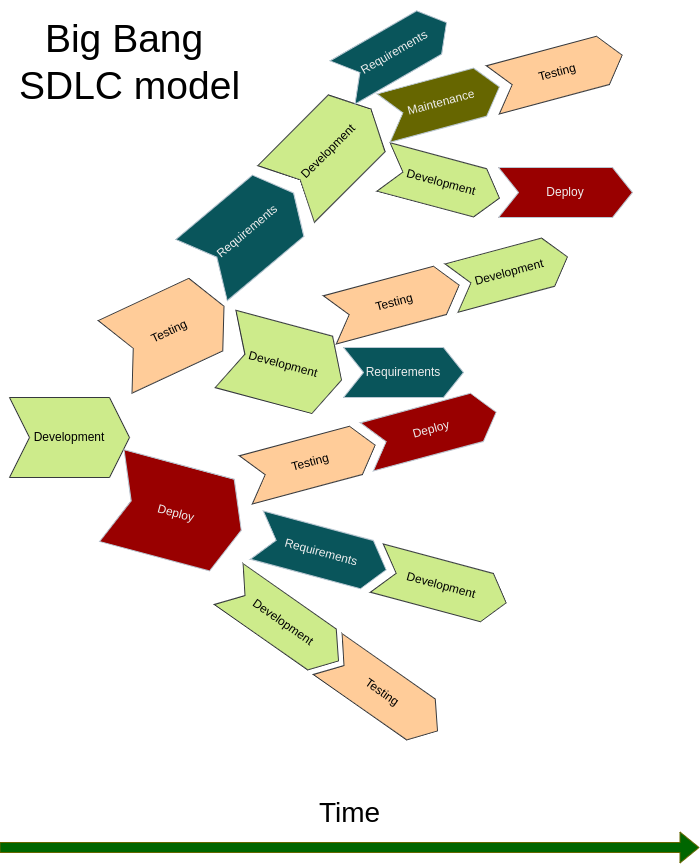
This is fig/34_requirements_BigBang.png from ShrRa/python-intermediate-development, a draw.io export, as it was before one commit. Source tidied: cells renumbered, new cells last; positions are measured from the earlier drawing's top-left corner, leaving out a move shared by most shapes. Its diagram source:
```xml
<mxGraphModel>
  <root>
    <mxCell id="0" />
    <mxCell id="1" parent="0" />
    <mxCell id="2" value="Development" style="shape=step;perimeter=stepPerimeter;whiteSpace=wrap;html=1;fixedSize=1;rounded=0;labelBackgroundColor=none;fillColor=#cdeb8b;strokeColor=#36393d;" parent="1" vertex="1">
      <mxGeometry x="10" y="390" width="120" height="80" as="geometry" />
    </mxCell>
    <mxCell id="3" value="Testing" style="shape=step;perimeter=stepPerimeter;whiteSpace=wrap;html=1;fixedSize=1;rotation=-25;rounded=0;labelBackgroundColor=none;fillColor=#ffcc99;strokeColor=#36393d;" parent="1" vertex="1">
      <mxGeometry x="110" y="284" width="120" height="80" as="geometry" />
    </mxCell>
    <mxCell id="4" value="Deploy" style="shape=step;perimeter=stepPerimeter;whiteSpace=wrap;html=1;fixedSize=1;rotation=15;rounded=0;labelBackgroundColor=none;fillColor=#990000;strokeColor=#BAC8D3;fontColor=#EEEEEE;" parent="1" vertex="1">
      <mxGeometry x="110" y="458" width="134" height="95" as="geometry" />
    </mxCell>
    <mxCell id="5" value="Requirements" style="shape=step;perimeter=stepPerimeter;whiteSpace=wrap;html=1;fixedSize=1;rotation=-40;rounded=0;labelBackgroundColor=none;fillColor=#09555B;strokeColor=#BAC8D3;fontColor=#EEEEEE;" parent="1" vertex="1">
      <mxGeometry x="188" y="184" width="120" height="80" as="geometry" />
    </mxCell>
    <mxCell id="6" value="Development" style="shape=step;perimeter=stepPerimeter;whiteSpace=wrap;html=1;fixedSize=1;rotation=-45;rounded=0;labelBackgroundColor=none;fillColor=#cdeb8b;strokeColor=#36393d;" parent="1" vertex="1">
      <mxGeometry x="269" y="104" width="120" height="80" as="geometry" />
    </mxCell>
    <mxCell id="7" value="Development" style="shape=step;perimeter=stepPerimeter;whiteSpace=wrap;html=1;fixedSize=1;rotation=15;rounded=0;labelBackgroundColor=none;fillColor=#cdeb8b;strokeColor=#36393d;" parent="1" vertex="1">
      <mxGeometry x="382" y="150" width="120" height="50" as="geometry" />
    </mxCell>
    <mxCell id="8" value="Testing" style="shape=step;perimeter=stepPerimeter;whiteSpace=wrap;html=1;fixedSize=1;rotation=-15;rounded=0;labelBackgroundColor=none;fillColor=#ffcc99;strokeColor=#36393d;" parent="1" vertex="1">
      <mxGeometry x="244" y="430" width="134" height="50" as="geometry" />
    </mxCell>
    <mxCell id="9" value="Requirements" style="shape=step;perimeter=stepPerimeter;whiteSpace=wrap;html=1;fixedSize=1;rotation=15;rounded=0;labelBackgroundColor=none;fillColor=#09555B;strokeColor=#BAC8D3;fontColor=#EEEEEE;" parent="1" vertex="1">
      <mxGeometry x="255" y="520" width="134" height="50" as="geometry" />
    </mxCell>
    <mxCell id="10" value="Development" style="shape=step;perimeter=stepPerimeter;whiteSpace=wrap;html=1;fixedSize=1;rotation=35;rounded=0;labelBackgroundColor=none;fillColor=#cdeb8b;strokeColor=#36393d;" parent="1" vertex="1">
      <mxGeometry x="217" y="590" width="134" height="50" as="geometry" />
    </mxCell>
    <mxCell id="11" value="Maintenance" style="shape=step;perimeter=stepPerimeter;whiteSpace=wrap;html=1;fixedSize=1;rotation=-15;rounded=0;labelBackgroundColor=none;fillColor=#666600;strokeColor=#BAC8D3;fontColor=#EEEEEE;" parent="1" vertex="1">
      <mxGeometry x="382" y="70" width="120" height="50" as="geometry" />
    </mxCell>
    <mxCell id="12" value="Requirements" style="shape=step;perimeter=stepPerimeter;whiteSpace=wrap;html=1;fixedSize=1;rotation=-30;rounded=0;labelBackgroundColor=none;fillColor=#09555B;strokeColor=#BAC8D3;fontColor=#EEEEEE;" parent="1" vertex="1">
      <mxGeometry x="335" y="20" width="120" height="50" as="geometry" />
    </mxCell>
    <mxCell id="13" value="Deploy" style="shape=step;perimeter=stepPerimeter;whiteSpace=wrap;html=1;fixedSize=1;rotation=-15;rounded=0;labelBackgroundColor=none;fillColor=#990000;strokeColor=#BAC8D3;fontColor=#EEEEEE;" parent="1" vertex="1">
      <mxGeometry x="365" y="397" width="134" height="50" as="geometry" />
    </mxCell>
    <mxCell id="14" value="Development" style="shape=step;perimeter=stepPerimeter;whiteSpace=wrap;html=1;fixedSize=1;rotation=15;rounded=0;labelBackgroundColor=none;fillColor=#cdeb8b;strokeColor=#36393d;" parent="1" vertex="1">
      <mxGeometry x="375" y="553" width="134" height="50" as="geometry" />
    </mxCell>
    <mxCell id="15" value="Testing" style="shape=step;perimeter=stepPerimeter;whiteSpace=wrap;html=1;fixedSize=1;rotation=35;rounded=0;labelBackgroundColor=none;fillColor=#ffcc99;strokeColor=#36393d;" parent="1" vertex="1">
      <mxGeometry x="316" y="660" width="134" height="50" as="geometry" />
    </mxCell>
    <mxCell id="16" value="Development" style="shape=step;perimeter=stepPerimeter;whiteSpace=wrap;html=1;fixedSize=1;rotation=15;rounded=0;labelBackgroundColor=none;fillColor=#cdeb8b;strokeColor=#36393d;" parent="1" vertex="1">
      <mxGeometry x="224" y="317" width="120" height="80" as="geometry" />
    </mxCell>
    <mxCell id="17" value="Testing" style="shape=step;perimeter=stepPerimeter;whiteSpace=wrap;html=1;fixedSize=1;rotation=-15;rounded=0;labelBackgroundColor=none;fillColor=#ffcc99;strokeColor=#36393d;" parent="1" vertex="1">
      <mxGeometry x="328" y="270" width="134" height="50" as="geometry" />
    </mxCell>
    <mxCell id="18" value="Requirements" style="shape=step;perimeter=stepPerimeter;whiteSpace=wrap;html=1;fixedSize=1;rotation=0;rounded=0;labelBackgroundColor=none;fillColor=#09555B;strokeColor=#BAC8D3;fontColor=#EEEEEE;" parent="1" vertex="1">
      <mxGeometry x="344" y="340" width="120" height="50" as="geometry" />
    </mxCell>
    <mxCell id="19" value="Development" style="shape=step;perimeter=stepPerimeter;whiteSpace=wrap;html=1;fixedSize=1;rotation=-15;rounded=0;labelBackgroundColor=none;fillColor=#cdeb8b;strokeColor=#36393d;" parent="1" vertex="1">
      <mxGeometry x="450" y="240" width="120" height="50" as="geometry" />
    </mxCell>
    <mxCell id="20" value="Deploy" style="shape=step;perimeter=stepPerimeter;whiteSpace=wrap;html=1;fixedSize=1;rotation=0;rounded=0;labelBackgroundColor=none;fillColor=#990000;strokeColor=#BAC8D3;fontColor=#EEEEEE;" parent="1" vertex="1">
      <mxGeometry x="499" y="160" width="134" height="50" as="geometry" />
    </mxCell>
    <mxCell id="21" value="Testing" style="shape=step;perimeter=stepPerimeter;whiteSpace=wrap;html=1;fixedSize=1;rotation=-15;rounded=0;labelBackgroundColor=none;fillColor=#ffcc99;strokeColor=#36393d;" parent="1" vertex="1">
      <mxGeometry x="491" y="40" width="134" height="50" as="geometry" />
    </mxCell>
    <mxCell id="22" style="shape=flexArrow;endArrow=classic;html=1;rounded=0;strokeColor=#666600;fillColor=#006600;" parent="1" edge="1">
      <mxGeometry relative="1" as="geometry">
        <mxPoint y="840" as="sourcePoint" />
        <mxPoint x="700" y="840" as="targetPoint" />
      </mxGeometry>
    </mxCell>
    <mxCell id="23" value="&lt;font style=&quot;font-size: 28px;&quot;&gt;Time&lt;/font&gt;" style="text;html=1;align=center;verticalAlign=middle;strokeColor=none;fillColor=none;" parent="1" vertex="1">
      <mxGeometry x="310" y="780" width="80" height="50" as="geometry" />
    </mxCell>
    <mxCell id="24" value="&lt;font style=&quot;font-size: 39px;&quot;&gt;Big Bang&amp;nbsp;&lt;/font&gt;&lt;div style=&quot;font-size: 39px;&quot;&gt;&lt;font style=&quot;font-size: 39px;&quot;&gt;SDLC model&lt;/font&gt;&lt;/div&gt;" style="text;html=1;align=center;verticalAlign=middle;strokeColor=none;fillColor=none;" parent="1" vertex="1">
      <mxGeometry x="10" width="240" height="110" as="geometry" />
    </mxCell>
  </root>
</mxGraphModel>
```
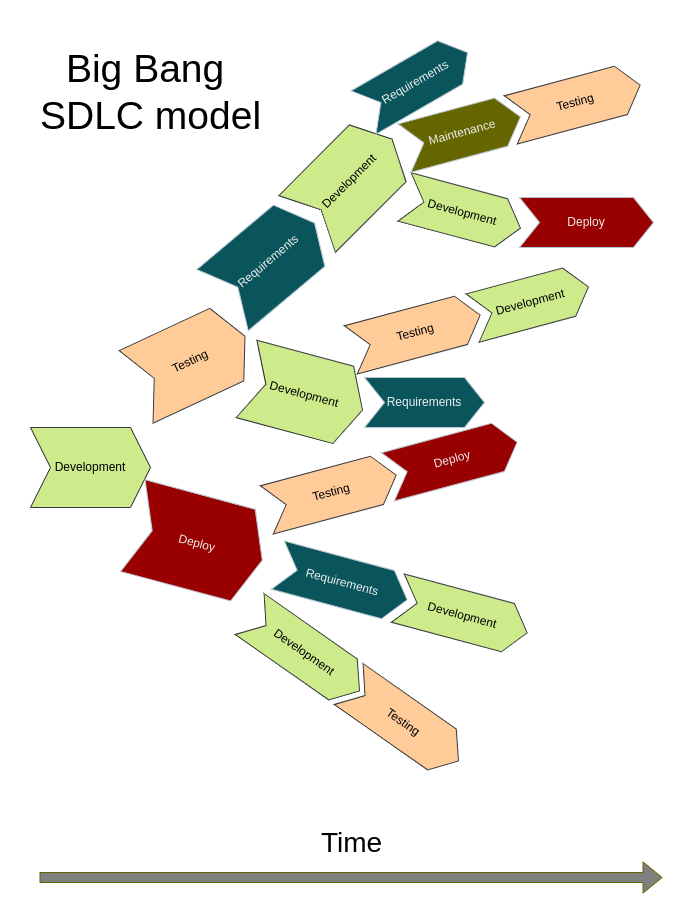
The same diagram one commit later.

Diff of the diagram source:
```diff
@@ -60,16 +60,16 @@
       <mxGeometry x="499" y="160" width="134" height="50" as="geometry" />
     </mxCell>
     <mxCell id="21" value="Testing" style="shape=step;perimeter=stepPerimeter;whiteSpace=wrap;html=1;fixedSize=1;rotation=-15;rounded=0;labelBackgroundColor=none;fillColor=#ffcc99;strokeColor=#36393d;" parent="1" vertex="1">
-      <mxGeometry x="491" y="40" width="134" height="50" as="geometry" />
+      <mxGeometry x="488" y="40" width="134" height="50" as="geometry" />
     </mxCell>
-    <mxCell id="22" style="shape=flexArrow;endArrow=classic;html=1;rounded=0;strokeColor=#666600;fillColor=#006600;" parent="1" edge="1">
+    <mxCell id="22" style="shape=flexArrow;endArrow=classic;html=1;rounded=0;strokeColor=#666600;fillColor=#808080;" parent="1" edge="1">
       <mxGeometry relative="1" as="geometry">
-        <mxPoint y="840" as="sourcePoint" />
-        <mxPoint x="700" y="840" as="targetPoint" />
+        <mxPoint x="19" y="840" as="sourcePoint" />
+        <mxPoint x="642" y="840" as="targetPoint" />
       </mxGeometry>
     </mxCell>
     <mxCell id="23" value="&lt;font style=&quot;font-size: 28px;&quot;&gt;Time&lt;/font&gt;" style="text;html=1;align=center;verticalAlign=middle;strokeColor=none;fillColor=none;" parent="1" vertex="1">
-      <mxGeometry x="310" y="780" width="80" height="50" as="geometry" />
+      <mxGeometry x="291" y="780" width="80" height="50" as="geometry" />
     </mxCell>
     <mxCell id="24" value="&lt;font style=&quot;font-size: 39px;&quot;&gt;Big Bang&amp;nbsp;&lt;/font&gt;&lt;div style=&quot;font-size: 39px;&quot;&gt;&lt;font style=&quot;font-size: 39px;&quot;&gt;SDLC model&lt;/font&gt;&lt;/div&gt;" style="text;html=1;align=center;verticalAlign=middle;strokeColor=none;fillColor=none;" parent="1" vertex="1">
       <mxGeometry x="10" width="240" height="110" as="geometry" />
```
